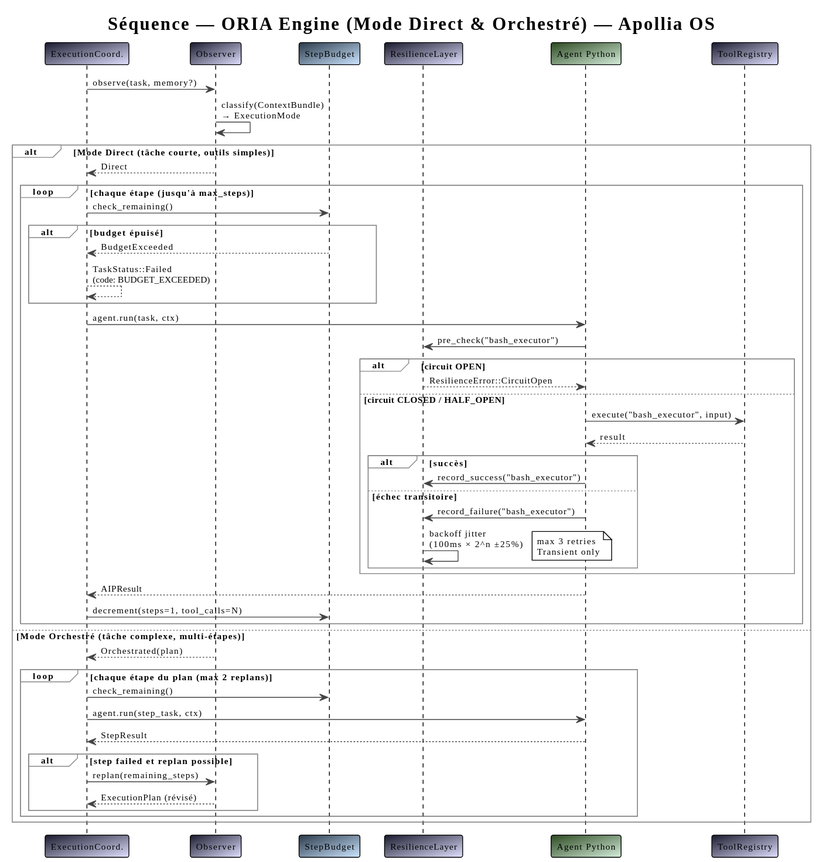
Above: book/src/architecture/diagrams/seq-oria-loop.svg in nidal-z/apollia-os (PlantUML), before the change. The source it was exported from:
```plantuml
@startuml
!theme plain
skinparam backgroundColor #FFFFFF
skinparam defaultFontName "JetBrains Mono"
skinparam defaultFontSize 11
skinparam ArrowColor #444444
skinparam BorderColor #444444
skinparam SequenceGroupBorderColor #888888

title Séquence — ORIA Engine (Mode Direct & Orchestré) — Apollia OS

participant "ExecutionCoord." as coord #1a1a2e/e0e0ff
participant "Observer" as obs #1a1a2e/e0e0ff
participant "StepBudget" as budget #2a3a4a/cce5ff
participant "ResilienceLayer" as resilience #1a1a2e/e0e0ff
participant "Agent Python" as agent #2d4a22/d4edda
participant "ToolRegistry" as tools #1a1a2e/e0e0ff

coord -> obs : observe(task, memory?)

obs -> obs : classify(ContextBundle)\n→ ExecutionMode

alt Mode Direct (tâche courte, outils simples)

  obs --> coord : Direct

  loop chaque étape (jusqu'à max_steps)
    coord -> budget : check_remaining()

    alt budget épuisé
      budget --> coord : BudgetExceeded
      coord --> coord : TaskStatus::Failed\n(code: BUDGET_EXCEEDED)
    end

    coord -> agent : agent.run(task, ctx)
    agent -> resilience : pre_check("bash_executor")

    alt circuit OPEN
      resilience --> agent : ResilienceError::CircuitOpen
    else circuit CLOSED / HALF_OPEN
      agent -> tools : execute("bash_executor", input)
      tools --> agent : result

      alt succès
        agent -> resilience : record_success("bash_executor")
      else échec transitoire
        agent -> resilience : record_failure("bash_executor")
        resilience -> resilience : backoff jitter\n(100ms × 2^n ±25%)
        note right : max 3 retries\nTransient only
      end
    end

    agent --> coord : AIPResult
    coord -> budget : decrement(steps=1, tool_calls=N)
  end

else Mode Orchestré (tâche complexe, multi-étapes)

  obs --> coord : Orchestrated(plan)

  loop chaque étape du plan (max 2 replans)
    coord -> budget : check_remaining()
    coord -> agent : agent.run(step_task, ctx)
    agent --> coord : StepResult

    alt step failed et replan possible
      coord -> obs : replan(remaining_steps)
      obs --> coord : ExecutionPlan (révisé)
    end
  end

end
@enduml
```
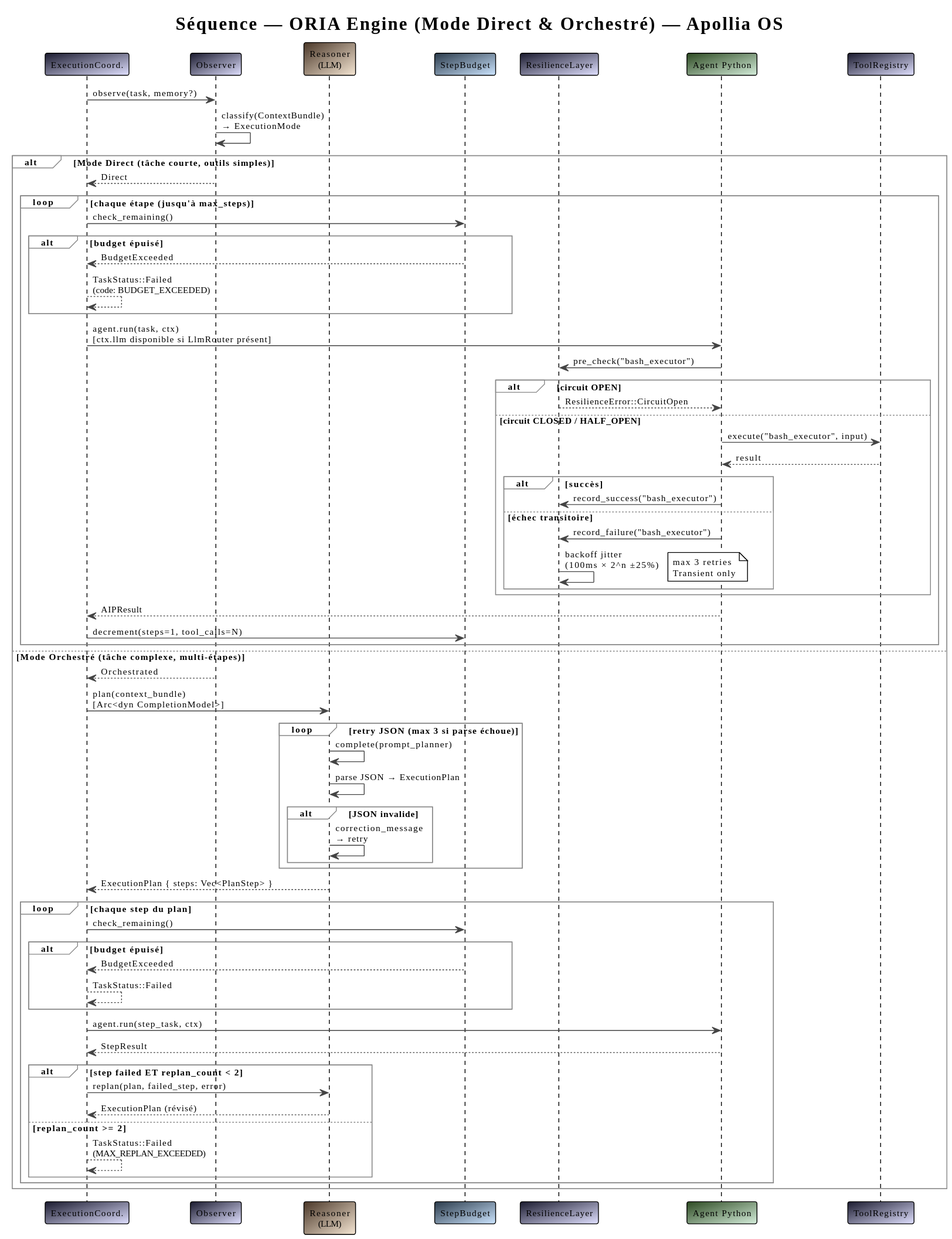
After the change.

Change to the diagram source:
```diff
@@ -11,6 +11,7 @@
 
 participant "ExecutionCoord." as coord #1a1a2e/e0e0ff
 participant "Observer" as obs #1a1a2e/e0e0ff
+participant "Reasoner\n(LLM)" as reasoner #4a3728/f5e6d3
 participant "StepBudget" as budget #2a3a4a/cce5ff
 participant "ResilienceLayer" as resilience #1a1a2e/e0e0ff
 participant "Agent Python" as agent #2d4a22/d4edda
@@ -32,7 +33,7 @@
       coord --> coord : TaskStatus::Failed\n(code: BUDGET_EXCEEDED)
     end
 
-    coord -> agent : agent.run(task, ctx)
+    coord -> agent : agent.run(task, ctx)\n[ctx.llm disponible si LlmRouter présent]
     agent -> resilience : pre_check("bash_executor")
 
     alt circuit OPEN
@@ -56,16 +57,36 @@
 
 else Mode Orchestré (tâche complexe, multi-étapes)
 
-  obs --> coord : Orchestrated(plan)
+  obs --> coord : Orchestrated
 
-  loop chaque étape du plan (max 2 replans)
+  coord -> reasoner : plan(context_bundle)\n[Arc<dyn CompletionModel>]
+
+  loop retry JSON (max 3 si parse échoue)
+    reasoner -> reasoner : complete(prompt_planner)
+    reasoner -> reasoner : parse JSON → ExecutionPlan
+    alt JSON invalide
+      reasoner -> reasoner : correction_message\n→ retry
+    end
+  end
+
+  reasoner --> coord : ExecutionPlan { steps: Vec<PlanStep> }
+
+  loop chaque step du plan
     coord -> budget : check_remaining()
+
+    alt budget épuisé
+      budget --> coord : BudgetExceeded
+      coord --> coord : TaskStatus::Failed
+    end
+
     coord -> agent : agent.run(step_task, ctx)
     agent --> coord : StepResult
 
-    alt step failed et replan possible
-      coord -> obs : replan(remaining_steps)
-      obs --> coord : ExecutionPlan (révisé)
+    alt step failed ET replan_count < 2
+      coord -> reasoner : replan(plan, failed_step, error)
+      reasoner --> coord : ExecutionPlan (révisé)
+    else replan_count >= 2
+      coord --> coord : TaskStatus::Failed\n(MAX_REPLAN_EXCEEDED)
     end
   end
 
```
